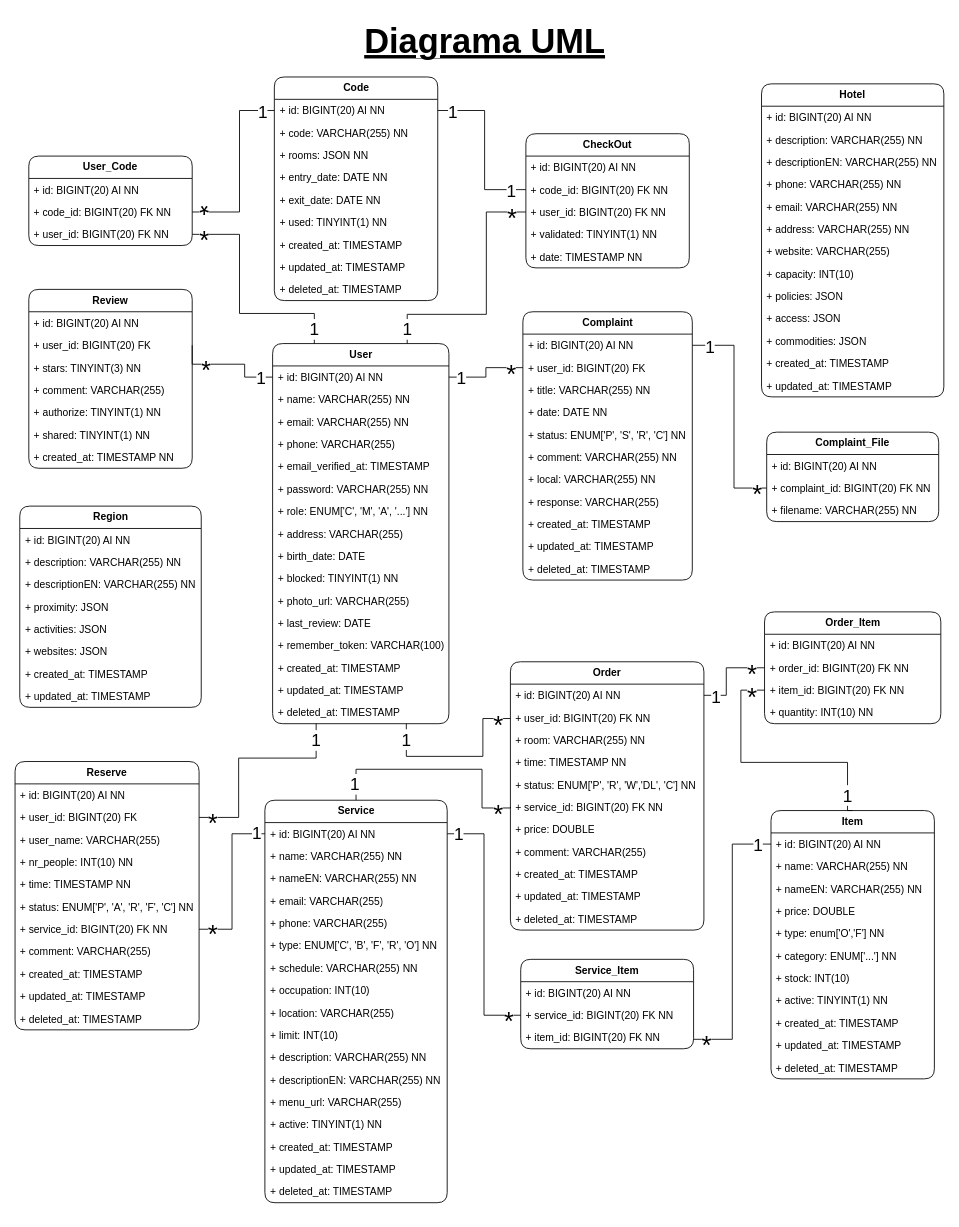
This is page "Diagrama UML" (1 of 2) of HappyGuest.drawio from Happy-Guest/HG-Notes, a draw.io file, before an edit. Source tidied: cells renumbered, new cells numbered last; positions are measured from the earlier drawing's top-left corner, leaving out a move shared by most shapes. Both pictures are drawn from the tidied source at 86%, with x=0, y=0 at pixel (15, 15).
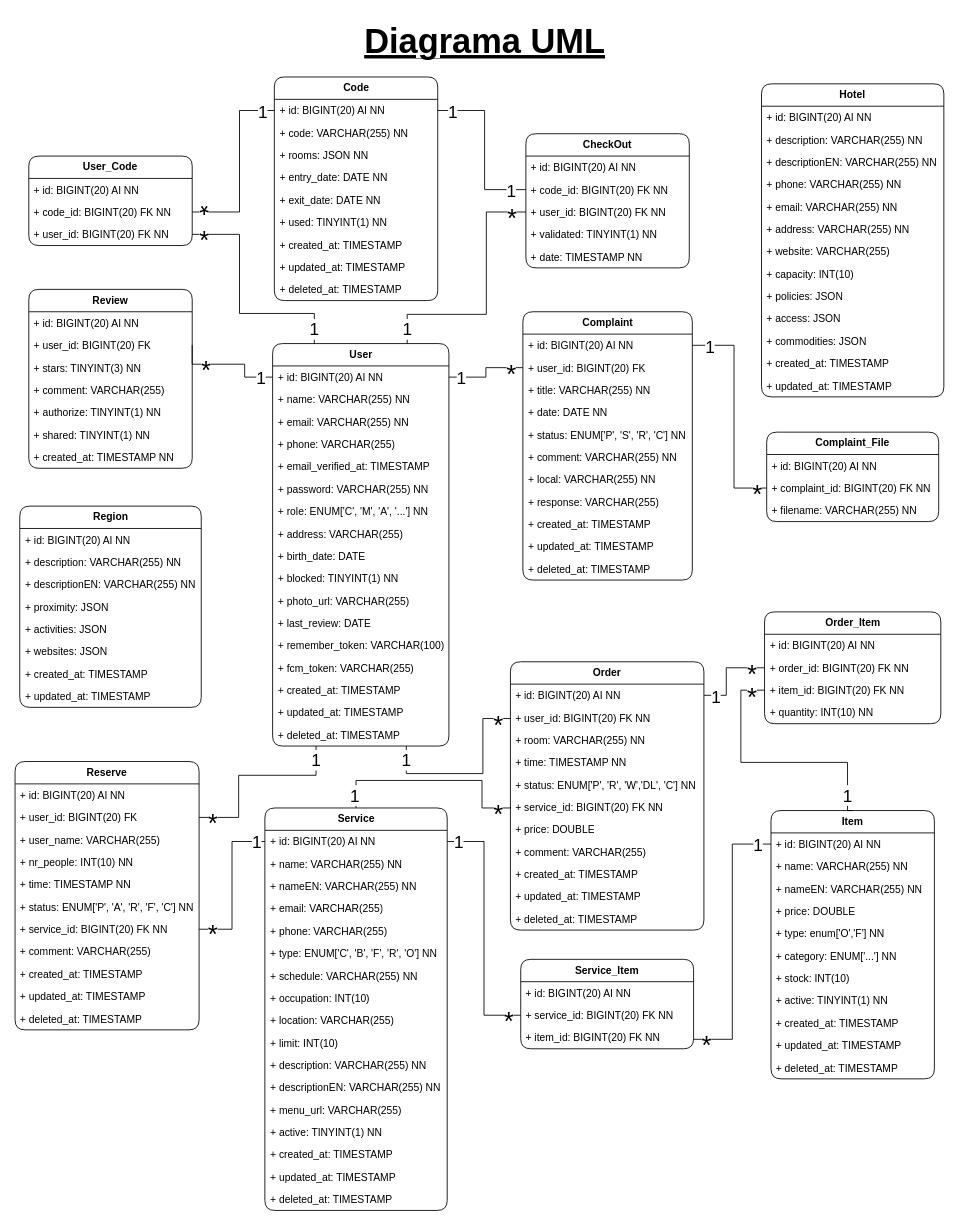
After the change.

The change refers to these unchanged cells:
```xml
<mxCell id="64" value="+ user_id: BIGINT(20) FK" style="text;strokeColor=none;fillColor=none;align=left;verticalAlign=top;spacingLeft=4;spacingRight=4;overflow=hidden;points=[[0,0.5],[1,0.5]];portConstraint=eastwest;whiteSpace=wrap;html=1;" parent="62" vertex="1">
  <mxGeometry y="52" width="214" height="26" as="geometry" />
</mxCell>
<mxCell id="132" value="+ user_id: BIGINT(20) FK NN" style="text;strokeColor=none;fillColor=none;align=left;verticalAlign=top;spacingLeft=4;spacingRight=4;overflow=hidden;points=[[0,0.5],[1,0.5]];portConstraint=eastwest;whiteSpace=wrap;html=1;" parent="130" vertex="1">
  <mxGeometry y="52" width="225" height="26" as="geometry" />
</mxCell>
<mxCell id="136" value="+ service_id: BIGINT(20) FK NN" style="text;strokeColor=none;fillColor=none;align=left;verticalAlign=top;spacingLeft=4;spacingRight=4;overflow=hidden;points=[[0,0.5],[1,0.5]];portConstraint=eastwest;whiteSpace=wrap;html=1;" parent="130" vertex="1">
  <mxGeometry y="156" width="225" height="26" as="geometry" />
</mxCell>
```

What changed in the source:
```diff
@@
     <mxCell id="2" value="&lt;b&gt;User&lt;/b&gt;" style="swimlane;fontStyle=0;horizontal=1;startSize=26;fillColor=none;whiteSpace=wrap;html=1;perimeterSpacing=0;rounded=1;" parent="1" vertex="1">
-      <mxGeometry x="299.5" y="382" width="205" height="442" as="geometry" />
+      <mxGeometry x="299.5" y="382" width="205" height="468" as="geometry" />
     </mxCell>
@@
+    <mxCell id="195" value="+ fcm_token: VARCHAR(255)" style="text;strokeColor=none;fillColor=none;align=left;verticalAlign=top;spacingLeft=4;spacingRight=4;overflow=hidden;whiteSpace=wrap;html=1;" parent="2" vertex="1">
+      <mxGeometry y="364" width="205" height="26" as="geometry" />
+    </mxCell>
     <mxCell id="16" value="+ created_at: TIMESTAMP" style="text;strokeColor=none;fillColor=none;align=left;verticalAlign=top;spacingLeft=4;spacingRight=4;overflow=hidden;whiteSpace=wrap;html=1;" parent="2" vertex="1">
-      <mxGeometry y="364" width="205" height="26" as="geometry" />
+      <mxGeometry y="390" width="205" height="26" as="geometry" />
     </mxCell>
     <mxCell id="17" value="+ updated_at: TIMESTAMP" style="text;strokeColor=none;fillColor=none;align=left;verticalAlign=top;spacingLeft=4;spacingRight=4;overflow=hidden;whiteSpace=wrap;html=1;" parent="2" vertex="1">
-      <mxGeometry y="390" width="205" height="26" as="geometry" />
+      <mxGeometry y="416" width="205" height="26" as="geometry" />
     </mxCell>
     <mxCell id="18" value="+ deleted_at: TIMESTAMP" style="text;strokeColor=none;fillColor=none;align=left;verticalAlign=top;spacingLeft=4;spacingRight=4;overflow=hidden;points=[[0,0.5],[1,0.5]];portConstraint=eastwest;whiteSpace=wrap;html=1;" parent="2" vertex="1">
-      <mxGeometry y="416" width="205" height="26" as="geometry" />
+      <mxGeometry y="442" width="205" height="26" as="geometry" />
     </mxCell>
@@
     <mxCell id="108" value="&lt;b&gt;Service&lt;br&gt;&lt;/b&gt;" style="swimlane;fontStyle=0;horizontal=1;startSize=26;fillColor=none;whiteSpace=wrap;html=1;perimeterSpacing=0;rounded=1;" parent="1" vertex="1">
-      <mxGeometry x="290.5" y="913" width="212" height="468" as="geometry" />
+      <mxGeometry x="290.5" y="922" width="212" height="468" as="geometry" />
     </mxCell>
@@
-    <mxCell id="171" style="edgeStyle=orthogonalEdgeStyle;rounded=0;jettySize=auto;html=1;entryX=0.247;entryY=0.996;entryDx=0;entryDy=0;entryPerimeter=0;endArrow=none;endFill=0;exitX=1;exitY=0.5;exitDx=0;exitDy=0;" parent="1" edge="1" source="64" target="18">
+    <mxCell id="171" style="edgeStyle=orthogonalEdgeStyle;rounded=0;jettySize=auto;html=1;endArrow=none;endFill=0;exitX=1;exitY=0.5;exitDx=0;exitDy=0;" parent="1" edge="1" source="64">
       <mxGeometry relative="1" as="geometry">
+        <mxPoint x="350" y="850" as="targetPoint" />
         <Array as="points">
           <mxPoint x="260" y="933" />
-          <mxPoint x="260" y="864" />
-          <mxPoint x="350" y="864" />
+          <mxPoint x="260" y="884" />
+          <mxPoint x="350" y="884" />
         </Array>
       </mxGeometry>
     </mxCell>
     <mxCell id="172" style="edgeStyle=orthogonalEdgeStyle;rounded=0;jettySize=auto;html=1;endArrow=none;endFill=0;" parent="1" edge="1" source="132">
       <mxGeometry relative="1" as="geometry">
-        <mxPoint x="455" y="824" as="targetPoint" />
+        <mxPoint x="455" y="850" as="targetPoint" />
         <Array as="points">
           <mxPoint x="544" y="818" />
-          <mxPoint x="544" y="862" />
-          <mxPoint x="455" y="862" />
+          <mxPoint x="544" y="882" />
+          <mxPoint x="455" y="882" />
         </Array>
       </mxGeometry>
     </mxCell>
     <mxCell id="173" style="edgeStyle=orthogonalEdgeStyle;rounded=0;jettySize=auto;html=1;entryX=0.5;entryY=0;entryDx=0;entryDy=0;endArrow=none;endFill=0;exitX=0;exitY=0.5;exitDx=0;exitDy=0;" parent="1" edge="1" source="136" target="108">
       <mxGeometry relative="1" as="geometry">
         <Array as="points">
           <mxPoint x="576" y="922" />
           <mxPoint x="543" y="922" />
-          <mxPoint x="543" y="877" />
-          <mxPoint x="397" y="877" />
+          <mxPoint x="543" y="890" />
+          <mxPoint x="396" y="890" />
         </Array>
       </mxGeometry>
     </mxCell>
@@
     <mxCell id="180" value="&lt;font style=&quot;font-size: 20px;&quot;&gt;1&lt;/font&gt;" style="edgeLabel;html=1;align=center;verticalAlign=middle;" parent="1" vertex="1">
-      <mxGeometry x="349" y="842" as="geometry" />
+      <mxGeometry x="349" y="865" as="geometry" />
     </mxCell>
     <mxCell id="181" value="&lt;font style=&quot;font-size: 20px;&quot;&gt;1&lt;/font&gt;" style="edgeLabel;html=1;align=center;verticalAlign=middle;" parent="1" vertex="1">
-      <mxGeometry x="453" y="850" as="geometry">
+      <mxGeometry x="453" y="874" as="geometry">
         <mxPoint x="1" y="-9" as="offset" />
       </mxGeometry>
     </mxCell>
@@
     <mxCell id="183" value="&lt;font style=&quot;font-size: 20px;&quot;&gt;1&lt;/font&gt;" style="edgeLabel;html=1;align=center;verticalAlign=middle;" parent="1" vertex="1">
-      <mxGeometry x="386" y="891" as="geometry">
+      <mxGeometry x="386" y="901" as="geometry">
         <mxPoint x="-106" y="59" as="offset" />
       </mxGeometry>
     </mxCell>
@@
     <mxCell id="185" value="&lt;font style=&quot;font-size: 20px;&quot;&gt;1&lt;/font&gt;" style="edgeLabel;html=1;align=center;verticalAlign=middle;" parent="1" vertex="1">
-      <mxGeometry x="500.5" y="834" as="geometry">
+      <mxGeometry x="500.5" y="847" as="geometry">
         <mxPoint x="-106" y="59" as="offset" />
       </mxGeometry>
     </mxCell>
@@
     <mxCell id="191" value="&lt;font style=&quot;font-size: 20px;&quot;&gt;1&lt;/font&gt;" style="edgeLabel;html=1;align=center;verticalAlign=middle;" parent="1" vertex="1">
-      <mxGeometry x="621" y="892" as="geometry">
+      <mxGeometry x="621" y="901" as="geometry">
         <mxPoint x="-106" y="59" as="offset" />
       </mxGeometry>
     </mxCell>
```
